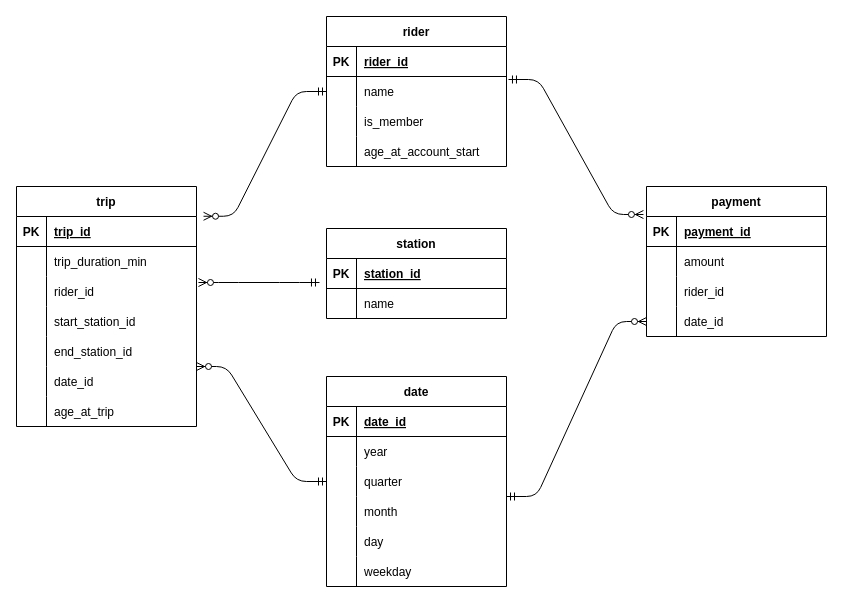
This is warehouse_project/schema.drawio from neverset123/DataModeling, a draw.io file, before an edit. Source tidied: cells renumbered, new cells numbered last; positions are measured from the earlier drawing's top-left corner, leaving out a move shared by most shapes. Both pictures are drawn from the tidied source at 100%, with x=0, y=0 at pixel (16, 16).
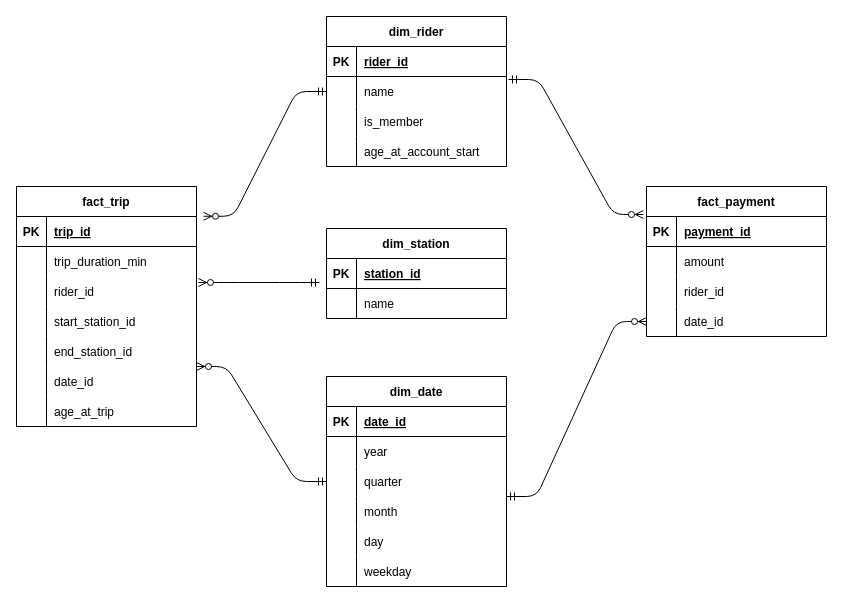
Above is the later version.

Change to the diagram source:
```diff
@@
-    <mxCell id="2" value="trip" style="shape=table;startSize=30;childLayout=tableLayout;rowLines=0;fontStyle=1;align=center;" parent="1" vertex="1">
+    <mxCell id="2" value="fact_trip" style="shape=table;startSize=30;childLayout=tableLayout;rowLines=0;fontStyle=1;align=center;" parent="1" vertex="1">
       <mxGeometry y="170" width="180" height="240" as="geometry" />
     </mxCell>
@@
-    <mxCell id="24" value="rider" style="shape=table;startSize=30;childLayout=tableLayout;rowLines=0;fontStyle=1;align=center;" parent="1" vertex="1">
+    <mxCell id="24" value="dim_rider" style="shape=table;startSize=30;childLayout=tableLayout;rowLines=0;fontStyle=1;align=center;" parent="1" vertex="1">
       <mxGeometry x="310" width="180" height="150" as="geometry" />
     </mxCell>
@@
-    <mxCell id="37" value="station" style="shape=table;startSize=30;childLayout=tableLayout;rowLines=0;fontStyle=1;align=center;" parent="1" vertex="1">
+    <mxCell id="37" value="dim_station" style="shape=table;startSize=30;childLayout=tableLayout;rowLines=0;fontStyle=1;align=center;" parent="1" vertex="1">
       <mxGeometry x="310" y="212" width="180" height="90" as="geometry" />
     </mxCell>
@@
-    <mxCell id="44" value="payment" style="shape=table;startSize=30;childLayout=tableLayout;rowLines=0;fontStyle=1;align=center;" parent="1" vertex="1">
+    <mxCell id="44" value="fact_payment" style="shape=table;startSize=30;childLayout=tableLayout;rowLines=0;fontStyle=1;align=center;" parent="1" vertex="1">
       <mxGeometry x="630" y="170" width="180" height="150" as="geometry" />
     </mxCell>
@@
-    <mxCell id="57" value="date" style="shape=table;startSize=30;childLayout=tableLayout;rowLines=0;fontStyle=1;align=center;" parent="1" vertex="1">
+    <mxCell id="57" value="dim_date" style="shape=table;startSize=30;childLayout=tableLayout;rowLines=0;fontStyle=1;align=center;" parent="1" vertex="1">
       <mxGeometry x="310" y="360" width="180" height="210" as="geometry" />
     </mxCell>
```
